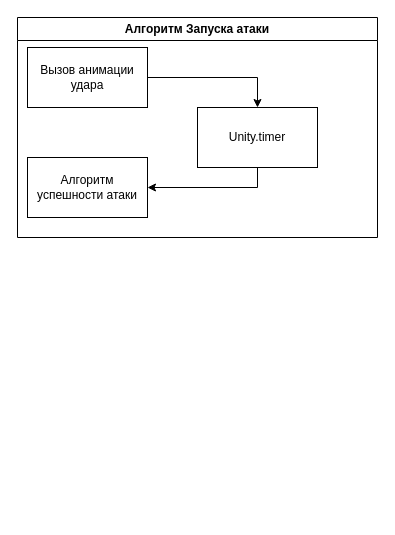
alstodont/unityArc keeps this draw.io diagram as Архитектура/Алгоритм Запуска атаки.drawio. Above is the earlier version. Source tidied: cells renumbered, new cells numbered last; positions are measured from the earlier drawing's top-left corner, leaving out a move shared by most shapes. Both pictures are drawn from the tidied source at 100%, with x=0, y=0 at pixel (17, 17).
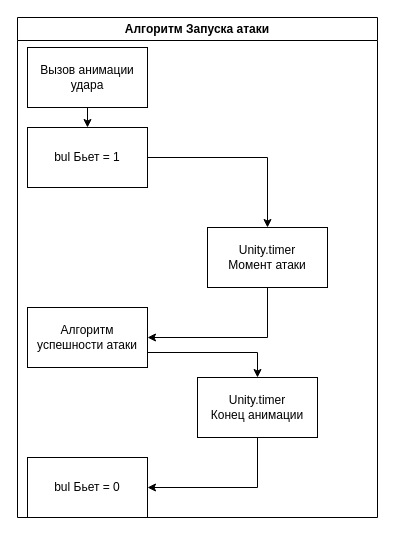
Above is the later version.

What changed in the source:
```diff
@@
 <mxGraphModel>
   <root>
     <mxCell id="0" />
     <mxCell id="1" parent="0" />
-    <mxCell id="2" value="Алгоритм Запуска атаки" style="swimlane;whiteSpace=wrap;html=1;startSize=23;" parent="1" vertex="1">
-      <mxGeometry width="360" height="220" as="geometry" />
+    <mxCell id="2" value="Алгоритм Запуска атаки" style="swimlane;whiteSpace=wrap;html=1;" parent="1" vertex="1">
+      <mxGeometry width="360" height="500" as="geometry" />
     </mxCell>
-    <mxCell id="3" style="edgeStyle=orthogonalEdgeStyle;rounded=0;jettySize=auto;html=1;exitX=1;exitY=0.5;exitDx=0;exitDy=0;entryX=0.5;entryY=0;entryDx=0;entryDy=0;" parent="2" edge="1" source="4" target="6">
-      <mxGeometry relative="1" as="geometry" />
-    </mxCell>
+    <mxCell id="8" style="edgeStyle=orthogonalEdgeStyle;rounded=0;jettySize=auto;html=1;exitX=0.5;exitY=1;exitDx=0;exitDy=0;entryX=0.5;entryY=0;entryDx=0;entryDy=0;" parent="2" edge="1" source="4" target="12">
+      <mxGeometry relative="1" as="geometry" />
+    </mxCell>
     <mxCell id="4" value="Вызов анимации удара" style="rounded=0;whiteSpace=wrap;html=1;" parent="2" vertex="1">
       <mxGeometry x="10" y="30" width="120" height="60" as="geometry" />
     </mxCell>
-    <mxCell id="5" style="edgeStyle=orthogonalEdgeStyle;rounded=0;jettySize=auto;html=1;exitX=0.5;exitY=1;exitDx=0;exitDy=0;entryX=1;entryY=0.5;entryDx=0;entryDy=0;" parent="2" edge="1" source="6" target="7">
-      <mxGeometry relative="1" as="geometry" />
-    </mxCell>
-    <mxCell id="6" value="Unity.timer" style="rounded=0;whiteSpace=wrap;html=1;" parent="2" vertex="1">
-      <mxGeometry x="180" y="90" width="120" height="60" as="geometry" />
-    </mxCell>
+    <mxCell id="9" style="edgeStyle=orthogonalEdgeStyle;rounded=0;jettySize=auto;html=1;exitX=0.5;exitY=1;exitDx=0;exitDy=0;entryX=1;entryY=0.5;entryDx=0;entryDy=0;" parent="2" edge="1" source="10" target="7">
+      <mxGeometry relative="1" as="geometry" />
+    </mxCell>
+    <mxCell id="10" value="Unity.timer&lt;br&gt;Момент атаки" style="rounded=0;whiteSpace=wrap;html=1;" parent="2" vertex="1">
+      <mxGeometry x="190" y="210" width="120" height="60" as="geometry" />
+    </mxCell>
     <mxCell id="7" value="Алгоритм успешности атаки" style="rounded=0;whiteSpace=wrap;html=1;" parent="2" vertex="1">
-      <mxGeometry x="10" y="140" width="120" height="60" as="geometry" />
+      <mxGeometry x="10" y="290" width="120" height="60" as="geometry" />
     </mxCell>
+    <mxCell id="11" style="edgeStyle=orthogonalEdgeStyle;rounded=0;jettySize=auto;html=1;exitX=1;exitY=0.5;exitDx=0;exitDy=0;" parent="2" edge="1" source="12" target="10">
+      <mxGeometry relative="1" as="geometry" />
+    </mxCell>
+    <mxCell id="12" value="bul Бьет = 1" style="rounded=0;whiteSpace=wrap;html=1;" parent="2" vertex="1">
+      <mxGeometry x="10" y="110" width="120" height="60" as="geometry" />
+    </mxCell>
+    <mxCell id="13" value="bul Бьет = 0" style="rounded=0;whiteSpace=wrap;html=1;" parent="2" vertex="1">
+      <mxGeometry x="10" y="440" width="120" height="60" as="geometry" />
+    </mxCell>
+    <mxCell id="14" style="edgeStyle=orthogonalEdgeStyle;rounded=0;jettySize=auto;html=1;exitX=0.5;exitY=1;exitDx=0;exitDy=0;entryX=1;entryY=0.5;entryDx=0;entryDy=0;" parent="2" edge="1" source="15" target="13">
+      <mxGeometry relative="1" as="geometry" />
+    </mxCell>
+    <mxCell id="15" value="Unity.timer&lt;br&gt;Конец анимации" style="rounded=0;whiteSpace=wrap;html=1;" parent="2" vertex="1">
+      <mxGeometry x="180" y="360" width="120" height="60" as="geometry" />
+    </mxCell>
+    <mxCell id="16" style="edgeStyle=orthogonalEdgeStyle;rounded=0;jettySize=auto;html=1;exitX=1;exitY=0.75;exitDx=0;exitDy=0;" parent="2" edge="1" source="7" target="15">
+      <mxGeometry relative="1" as="geometry" />
+    </mxCell>
   </root>
 </mxGraphModel>
```
